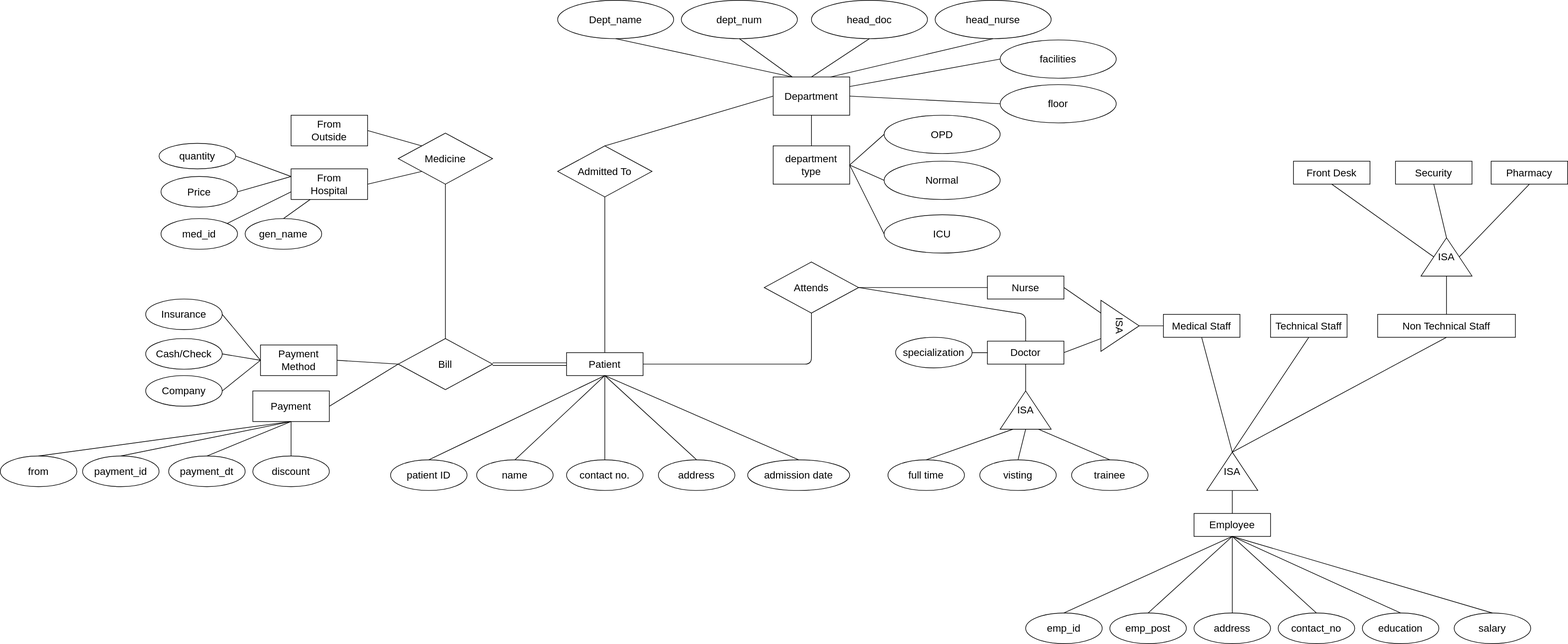
listout/drawio_digs keeps this draw.io diagram as er_dig_hospital_mgm_26_09_2020.svg. Above is the earlier version. Source tidied: cells renumbered, new cells last; positions are measured from the earlier drawing's top-left corner, leaving out a move shared by most shapes.
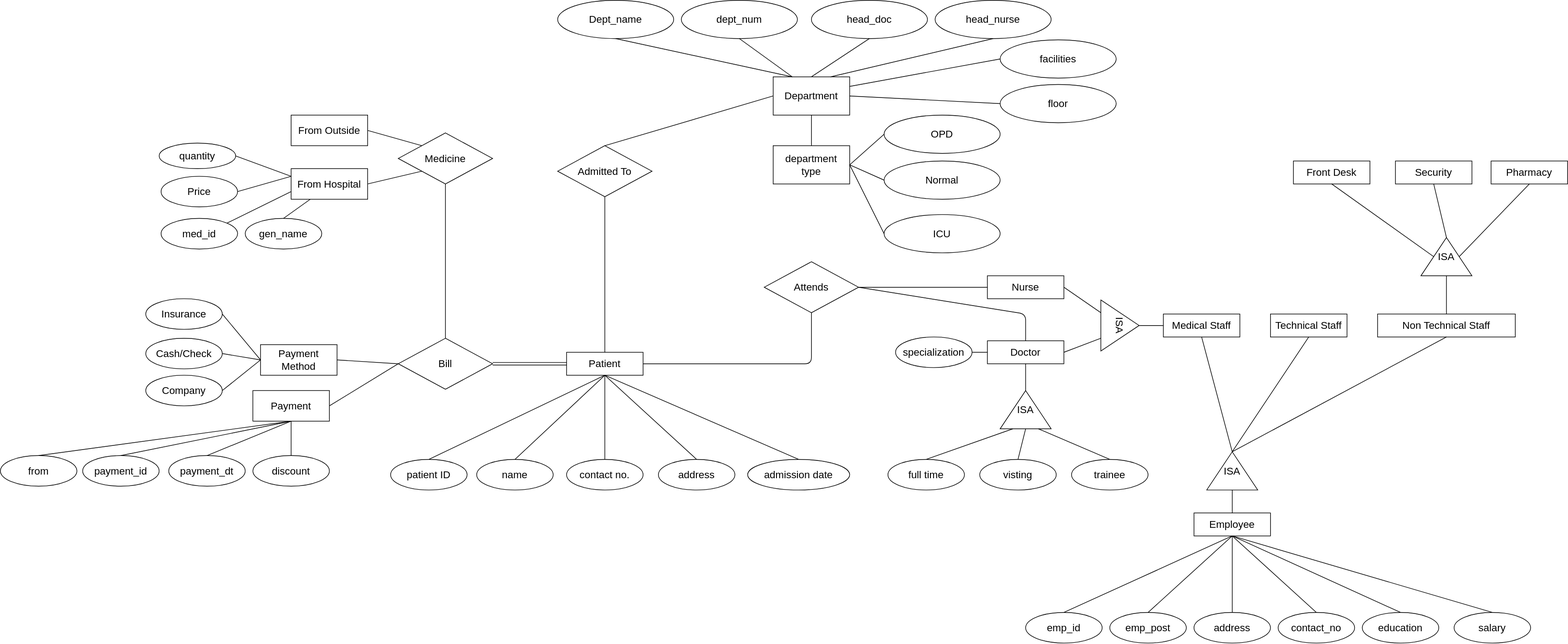
Later version of the same file.

Diff of the diagram source:
```diff
@@ -277,10 +277,10 @@
     <mxCell id="90" value="Medicine" style="rhombus;whiteSpace=wrap;html=1;fontSize=16;" parent="1" vertex="1">
       <mxGeometry x="624" y="208" width="148" height="80" as="geometry" />
     </mxCell>
-    <mxCell id="91" value="&lt;div&gt;From&lt;/div&gt;&lt;div&gt;Outside&lt;br&gt;&lt;/div&gt;" style="rounded=0;whiteSpace=wrap;html=1;fontSize=16;" parent="1" vertex="1">
+    <mxCell id="91" value="&lt;div&gt;From Outside&lt;br&gt;&lt;/div&gt;" style="rounded=0;whiteSpace=wrap;html=1;fontSize=16;" parent="1" vertex="1">
       <mxGeometry x="456" y="180" width="120" height="48" as="geometry" />
     </mxCell>
-    <mxCell id="92" value="&lt;div&gt;From&lt;/div&gt;&lt;div&gt;Hospital&lt;br&gt;&lt;/div&gt;" style="rounded=0;whiteSpace=wrap;html=1;fontSize=16;" parent="1" vertex="1">
+    <mxCell id="92" value="&lt;div&gt;From Hospital&lt;br&gt;&lt;/div&gt;" style="rounded=0;whiteSpace=wrap;html=1;fontSize=16;" parent="1" vertex="1">
       <mxGeometry x="456" y="264" width="120" height="48" as="geometry" />
     </mxCell>
     <mxCell id="93" value="med_id" style="ellipse;whiteSpace=wrap;html=1;fontSize=16;" parent="1" vertex="1">
```
